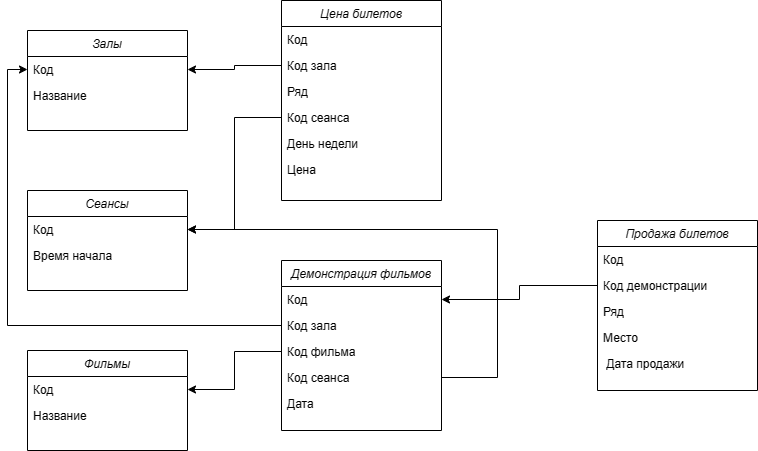
otusteamedu/PHP_2023 keeps this draw.io diagram as hw7/picture/cinema.png. Above is the earlier version. Source tidied: cells renumbered, new cells last; positions are measured from the earlier drawing's top-left corner, leaving out a move shared by most shapes.
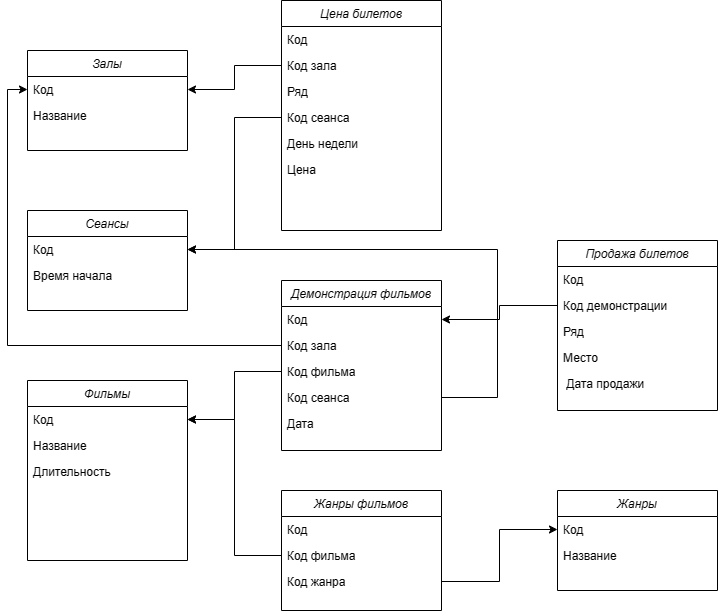
Later version of the same file.

The edit, as a diff of the source:
```diff
@@ -12,7 +12,7 @@
       <mxGeometry y="52" width="160" height="26" as="geometry" />
     </mxCell>
     <mxCell id="5" value="Фильмы" style="swimlane;fontStyle=2;align=center;verticalAlign=top;horizontal=1;startSize=26;rounded=0;shadow=0;strokeWidth=1;" parent="1" vertex="1">
-      <mxGeometry y="350" width="160" height="100" as="geometry" />
+      <mxGeometry y="360" width="160" height="180" as="geometry" />
     </mxCell>
     <mxCell id="6" value="Код" style="text;align=left;verticalAlign=top;spacingLeft=4;spacingRight=4;overflow=hidden;points=[[0,0.5],[1,0.5]];portConstraint=eastwest;" parent="5" vertex="1">
       <mxGeometry y="26" width="160" height="26" as="geometry" />
@@ -20,6 +20,9 @@
     <mxCell id="7" value="Название" style="text;align=left;verticalAlign=top;spacingLeft=4;spacingRight=4;overflow=hidden;rounded=0;shadow=0;html=0;" parent="5" vertex="1">
       <mxGeometry y="52" width="160" height="26" as="geometry" />
     </mxCell>
+    <mxCell id="36" value="Длительность" style="text;align=left;verticalAlign=top;spacingLeft=4;spacingRight=4;overflow=hidden;rounded=0;shadow=0;html=0;" parent="5" vertex="1">
+      <mxGeometry y="78" width="160" height="26" as="geometry" />
+    </mxCell>
     <mxCell id="8" value="Сеансы" style="swimlane;fontStyle=2;align=center;verticalAlign=top;horizontal=1;startSize=26;rounded=0;shadow=0;strokeWidth=1;" parent="1" vertex="1">
       <mxGeometry y="190" width="160" height="100" as="geometry" />
     </mxCell>
@@ -30,7 +33,7 @@
       <mxGeometry y="52" width="160" height="26" as="geometry" />
     </mxCell>
     <mxCell id="11" value="Цена билетов" style="swimlane;fontStyle=2;align=center;verticalAlign=top;horizontal=1;startSize=26;rounded=0;shadow=0;strokeWidth=1;" parent="1" vertex="1">
-      <mxGeometry x="254" width="160" height="200" as="geometry" />
+      <mxGeometry x="254" y="-20" width="160" height="230" as="geometry" />
     </mxCell>
     <mxCell id="12" value="Код" style="text;align=left;verticalAlign=top;spacingLeft=4;spacingRight=4;overflow=hidden;" parent="11" vertex="1">
       <mxGeometry y="26" width="160" height="26" as="geometry" />
@@ -69,7 +72,7 @@
       <mxGeometry y="130" width="160" height="26" as="geometry" />
     </mxCell>
     <mxCell id="24" value="Продажа билетов" style="swimlane;fontStyle=2;align=center;verticalAlign=top;horizontal=1;startSize=26;rounded=0;shadow=0;strokeWidth=1;" parent="1" vertex="1">
-      <mxGeometry x="570" y="220" width="160" height="170" as="geometry" />
+      <mxGeometry x="530" y="220" width="160" height="170" as="geometry" />
     </mxCell>
     <mxCell id="25" value="Код" style="text;align=left;verticalAlign=top;spacingLeft=4;spacingRight=4;overflow=hidden;" parent="24" vertex="1">
       <mxGeometry y="26" width="160" height="26" as="geometry" />
@@ -109,5 +112,32 @@
     <mxCell id="35" style="edgeStyle=orthogonalEdgeStyle;rounded=0;jettySize=auto;html=1;" parent="1" edge="1" source="26" target="19">
       <mxGeometry relative="1" as="geometry" />
     </mxCell>
+    <mxCell id="37" value="Жанры" style="swimlane;fontStyle=2;align=center;verticalAlign=top;horizontal=1;startSize=26;rounded=0;shadow=0;strokeWidth=1;" parent="1" vertex="1">
+      <mxGeometry x="530" y="470" width="160" height="100" as="geometry" />
+    </mxCell>
+    <mxCell id="38" value="Код" style="text;align=left;verticalAlign=top;spacingLeft=4;spacingRight=4;overflow=hidden;points=[[0,0.5],[1,0.5]];portConstraint=eastwest;" parent="37" vertex="1">
+      <mxGeometry y="26" width="160" height="26" as="geometry" />
+    </mxCell>
+    <mxCell id="39" value="Название" style="text;align=left;verticalAlign=top;spacingLeft=4;spacingRight=4;overflow=hidden;rounded=0;shadow=0;html=0;" parent="37" vertex="1">
+      <mxGeometry y="52" width="160" height="26" as="geometry" />
+    </mxCell>
+    <mxCell id="40" value="Жанры фильмов" style="swimlane;fontStyle=2;align=center;verticalAlign=top;horizontal=1;startSize=26;rounded=0;shadow=0;strokeWidth=1;" parent="1" vertex="1">
+      <mxGeometry x="254" y="470" width="160" height="120" as="geometry" />
+    </mxCell>
+    <mxCell id="41" value="Код" style="text;align=left;verticalAlign=top;spacingLeft=4;spacingRight=4;overflow=hidden;" parent="40" vertex="1">
+      <mxGeometry y="26" width="160" height="26" as="geometry" />
+    </mxCell>
+    <mxCell id="42" value="Код фильма" style="text;align=left;verticalAlign=top;spacingLeft=4;spacingRight=4;overflow=hidden;points=[[0,0.5],[1,0.5]];portConstraint=eastwest;rounded=0;shadow=0;html=0;" parent="40" vertex="1">
+      <mxGeometry y="52" width="160" height="26" as="geometry" />
+    </mxCell>
+    <mxCell id="43" value="Код жанра" style="text;align=left;verticalAlign=top;spacingLeft=4;spacingRight=4;overflow=hidden;points=[[0,0.5],[1,0.5]];portConstraint=eastwest;rounded=0;shadow=0;html=0;" parent="40" vertex="1">
+      <mxGeometry y="78" width="160" height="26" as="geometry" />
+    </mxCell>
+    <mxCell id="44" style="edgeStyle=orthogonalEdgeStyle;rounded=0;jettySize=auto;html=1;entryX=1;entryY=0.5;entryDx=0;entryDy=0;" parent="1" edge="1" source="42" target="6">
+      <mxGeometry relative="1" as="geometry" />
+    </mxCell>
+    <mxCell id="45" style="edgeStyle=orthogonalEdgeStyle;rounded=0;jettySize=auto;html=1;" parent="1" edge="1" source="43" target="38">
+      <mxGeometry relative="1" as="geometry" />
+    </mxCell>
   </root>
 </mxGraphModel>
```
